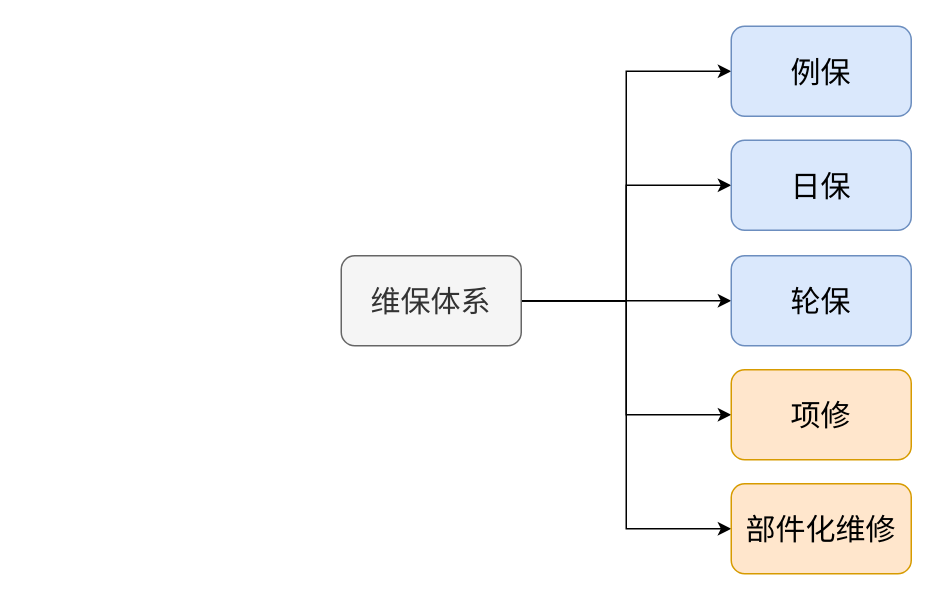
hmh38324/diagrams keeps this draw.io diagram as 维保体系.drawio. Above is the earlier version. Source tidied: cells renumbered, new cells numbered last; positions are measured from the earlier drawing's top-left corner, leaving out a move shared by most shapes. Both pictures are drawn from the tidied source at 150%, with x=0, y=0 at pixel (340, 26).
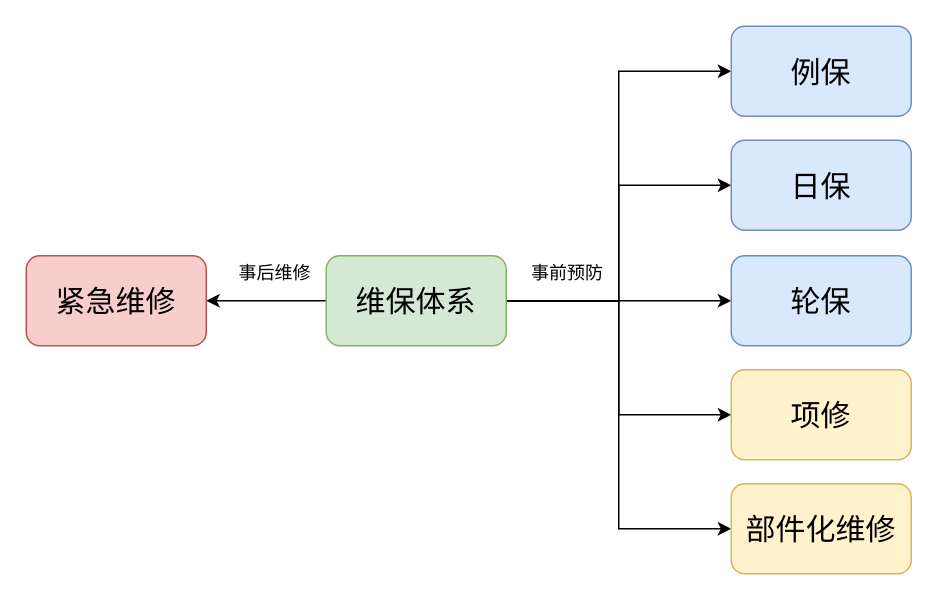
The same diagram, later.

Commit message:
更新维保体系.drawio

What changed in the source:
```diff
@@
 <mxGraphModel>
   <root>
     <mxCell id="0" />
     <mxCell id="1" parent="0" />
     <mxCell id="2" style="edgeStyle=orthogonalEdgeStyle;rounded=0;jettySize=auto;html=1;exitX=1;exitY=0.5;exitDx=0;exitDy=0;entryX=0;entryY=0.5;entryDx=0;entryDy=0;fontSize=20;" parent="1" edge="1" source="7" target="8">
       <mxGeometry relative="1" as="geometry" />
     </mxCell>
     <mxCell id="3" style="edgeStyle=orthogonalEdgeStyle;rounded=0;jettySize=auto;html=1;exitX=1;exitY=0.5;exitDx=0;exitDy=0;entryX=0;entryY=0.5;entryDx=0;entryDy=0;fontSize=20;" parent="1" edge="1" source="7" target="9">
       <mxGeometry relative="1" as="geometry" />
     </mxCell>
     <mxCell id="4" style="edgeStyle=orthogonalEdgeStyle;rounded=0;jettySize=auto;html=1;exitX=1;exitY=0.5;exitDx=0;exitDy=0;entryX=0;entryY=0.5;entryDx=0;entryDy=0;fontSize=20;" parent="1" edge="1" source="7" target="10">
       <mxGeometry relative="1" as="geometry" />
     </mxCell>
     <mxCell id="5" style="edgeStyle=orthogonalEdgeStyle;rounded=0;jettySize=auto;html=1;exitX=1;exitY=0.5;exitDx=0;exitDy=0;entryX=0;entryY=0.5;entryDx=0;entryDy=0;fontSize=20;" parent="1" edge="1" source="7" target="11">
       <mxGeometry relative="1" as="geometry" />
     </mxCell>
     <mxCell id="6" style="edgeStyle=orthogonalEdgeStyle;rounded=0;jettySize=auto;html=1;exitX=1;exitY=0.5;exitDx=0;exitDy=0;entryX=0;entryY=0.5;entryDx=0;entryDy=0;fontSize=20;" parent="1" edge="1" source="7" target="12">
       <mxGeometry relative="1" as="geometry" />
     </mxCell>
+    <mxCell id="13" style="edgeStyle=orthogonalEdgeStyle;rounded=0;jettySize=auto;html=1;" parent="1" edge="1" source="7" target="14">
+      <mxGeometry relative="1" as="geometry" />
+    </mxCell>
-    <mxCell id="7" value="维保体系" style="rounded=1;whiteSpace=wrap;html=1;fillColor=#f5f5f5;strokeColor=#666666;fontColor=#333333;fontSize=20;" parent="1" vertex="1">
-      <mxGeometry y="153" width="120" height="60" as="geometry" />
+    <mxCell id="7" value="维保体系" style="rounded=1;whiteSpace=wrap;html=1;fillColor=#d5e8d4;strokeColor=#82b366;fontSize=20;" parent="1" vertex="1">
+      <mxGeometry x="-10" y="153" width="120" height="60" as="geometry" />
     </mxCell>
     <mxCell id="8" value="例保" style="rounded=1;whiteSpace=wrap;html=1;fillColor=#dae8fc;strokeColor=#6c8ebf;fontSize=20;" parent="1" vertex="1">
       <mxGeometry x="260" width="120" height="60" as="geometry" />
     </mxCell>
     <mxCell id="9" value="日保" style="rounded=1;whiteSpace=wrap;html=1;fillColor=#dae8fc;strokeColor=#6c8ebf;fontSize=20;" parent="1" vertex="1">
       <mxGeometry x="260" y="76" width="120" height="60" as="geometry" />
     </mxCell>
     <mxCell id="10" value="轮保" style="rounded=1;whiteSpace=wrap;html=1;fillColor=#dae8fc;strokeColor=#6c8ebf;fontSize=20;" parent="1" vertex="1">
       <mxGeometry x="260" y="153" width="120" height="60" as="geometry" />
     </mxCell>
-    <mxCell id="11" value="项修" style="rounded=1;whiteSpace=wrap;html=1;fillColor=#ffe6cc;strokeColor=#d79b00;fontSize=20;" parent="1" vertex="1">
+    <mxCell id="11" value="项修" style="rounded=1;whiteSpace=wrap;html=1;fillColor=#fff2cc;strokeColor=#d6b656;fontSize=20;" parent="1" vertex="1">
       <mxGeometry x="260" y="229" width="120" height="60" as="geometry" />
     </mxCell>
-    <mxCell id="12" value="部件化维修" style="rounded=1;whiteSpace=wrap;html=1;fillColor=#ffe6cc;strokeColor=#d79b00;fontSize=20;" parent="1" vertex="1">
+    <mxCell id="12" value="部件化维修" style="rounded=1;whiteSpace=wrap;html=1;fillColor=#fff2cc;strokeColor=#d6b656;fontSize=20;" parent="1" vertex="1">
       <mxGeometry x="260" y="305" width="120" height="60" as="geometry" />
     </mxCell>
+    <mxCell id="14" value="紧急维修" style="whiteSpace=wrap;html=1;fontSize=20;fillColor=#f8cecc;strokeColor=#b85450;rounded=1;" parent="1" vertex="1">
+      <mxGeometry x="-210" y="153" width="120" height="60" as="geometry" />
+    </mxCell>
+    <mxCell id="15" value="事后维修" style="text;html=1;align=center;verticalAlign=middle;whiteSpace=wrap;rounded=0;" parent="1" vertex="1">
+      <mxGeometry x="-74" y="150" width="60" height="30" as="geometry" />
+    </mxCell>
+    <mxCell id="16" value="事前预防" style="text;html=1;align=center;verticalAlign=middle;whiteSpace=wrap;rounded=0;" parent="1" vertex="1">
+      <mxGeometry x="121" y="150" width="60" height="30" as="geometry" />
+    </mxCell>
   </root>
 </mxGraphModel>
```
